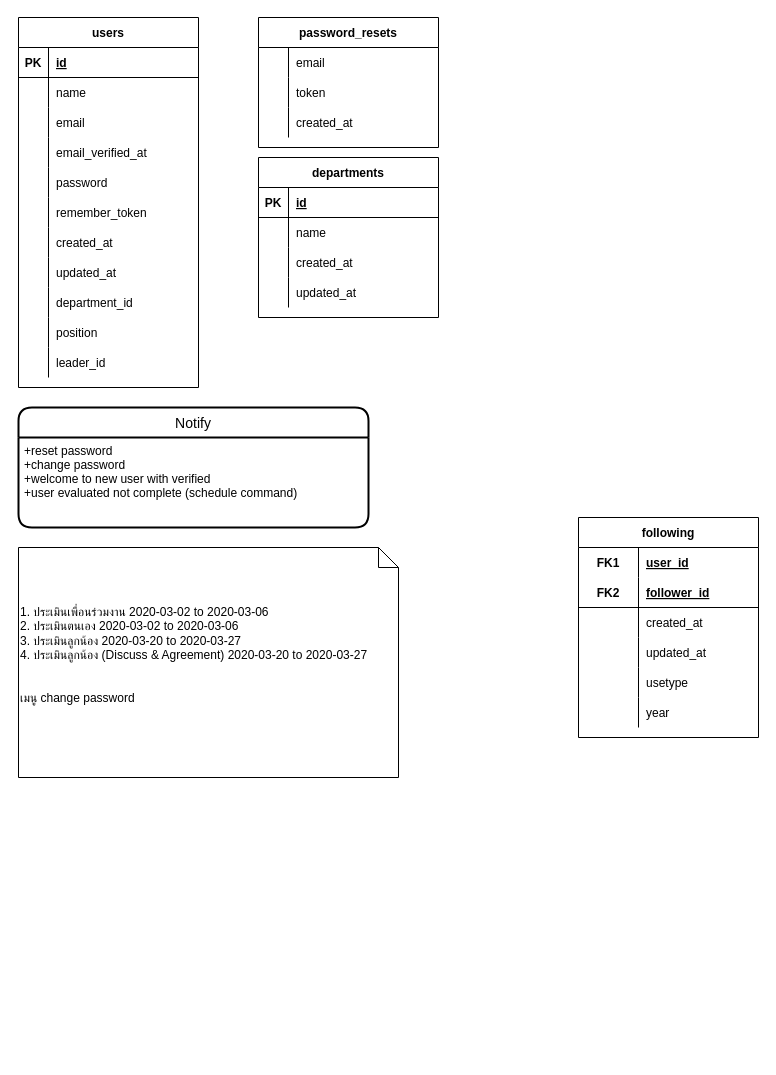
gumpon/evatest keeps this draw.io diagram as page "User" (1 of 3) of Eva.drawio. Above is the earlier version. Source tidied: cells renumbered, new cells numbered last; positions are measured from the earlier drawing's top-left corner, leaving out a move shared by most shapes. Both pictures are drawn from the tidied source at 100%, with x=0, y=0 at pixel (18, 17).
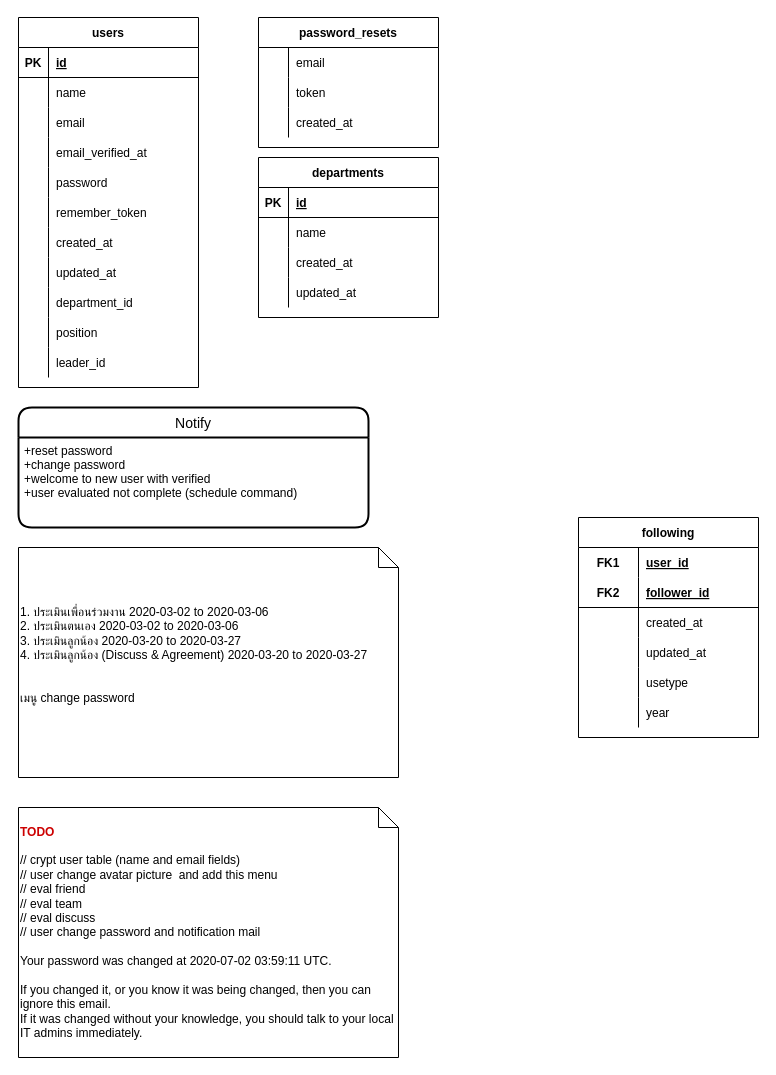
Above is the later version.

The edit, as a diff of the source:
```diff
@@
+    <mxCell id="81" value="&lt;b&gt;&lt;font color=&quot;#cc0000&quot;&gt;TODO&lt;/font&gt;&lt;/b&gt;&lt;br&gt;&lt;br&gt;// crypt user table (name and email fields)&lt;br&gt;// user change avatar picture&amp;nbsp; and add this menu&amp;nbsp;&lt;br&gt;// eval friend&lt;br&gt;// eval team&lt;br&gt;// eval discuss&lt;br&gt;// user change password and notification mail&amp;nbsp; &amp;nbsp;&lt;br&gt;&lt;br&gt;&lt;div&gt;Your password was changed at 2020-07-02 03:59:11 UTC.&lt;/div&gt;&lt;div&gt;&lt;br&gt;&lt;/div&gt;&lt;div&gt;If you changed it, or you know it was being changed, then you can ignore this email.&lt;/div&gt;&lt;div&gt;If it was changed without your knowledge, you should talk to your local IT admins immediately.&lt;/div&gt;" style="shape=note;size=20;whiteSpace=wrap;html=1;align=left;" parent="1" vertex="1">
+      <mxGeometry y="790" width="380" height="250" as="geometry" />
+    </mxCell>
```
